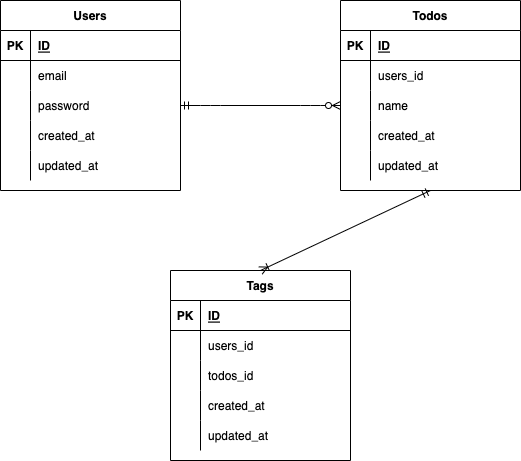
The draw.io diagram index.drawio.png in kubo-haruka/laravel_test2, before a commit. Source tidied: cells renumbered, new cells last; positions are measured from the earlier drawing's top-left corner, leaving out a move shared by most shapes. The source it was exported from:
```xml
<mxGraphModel>
  <root>
    <mxCell id="0" />
    <mxCell id="1" parent="0" />
    <mxCell id="2" value="Users" style="shape=table;startSize=30;rowLines=0;fontStyle=1;align=center;" parent="1" vertex="1">
      <mxGeometry width="180" height="190" as="geometry" />
    </mxCell>
    <mxCell id="3" style="shape=partialRectangle;fillColor=none;top=0;left=0;bottom=1;right=0;" parent="2" vertex="1">
      <mxGeometry y="30" width="180" height="30" as="geometry" />
    </mxCell>
    <mxCell id="4" value="PK" style="shape=partialRectangle;fillColor=none;top=0;left=0;bottom=0;right=0;fontStyle=1;overflow=hidden;" parent="3" vertex="1">
      <mxGeometry width="30" height="30" as="geometry" />
    </mxCell>
    <mxCell id="5" value="ID" style="shape=partialRectangle;fillColor=none;top=0;left=0;bottom=0;right=0;align=left;spacingLeft=6;fontStyle=5;overflow=hidden;" parent="3" vertex="1">
      <mxGeometry x="30" width="150" height="30" as="geometry" />
    </mxCell>
    <mxCell id="6" style="shape=partialRectangle;fillColor=none;top=0;left=0;bottom=0;right=0;" parent="2" vertex="1">
      <mxGeometry y="60" width="180" height="30" as="geometry" />
    </mxCell>
    <mxCell id="7" style="shape=partialRectangle;fillColor=none;top=0;left=0;bottom=0;right=0;overflow=hidden;" parent="6" vertex="1">
      <mxGeometry width="30" height="30" as="geometry" />
    </mxCell>
    <mxCell id="8" value="email" style="shape=partialRectangle;fillColor=none;top=0;left=0;bottom=0;right=0;align=left;spacingLeft=6;overflow=hidden;" parent="6" vertex="1">
      <mxGeometry x="30" width="150" height="30" as="geometry" />
    </mxCell>
    <mxCell id="9" style="shape=partialRectangle;fillColor=none;top=0;left=0;bottom=0;right=0;points=[[0,0.5],[1,0.5]];portConstraint=eastwest;" parent="2" vertex="1">
      <mxGeometry y="90" width="180" height="30" as="geometry" />
    </mxCell>
    <mxCell id="10" style="shape=partialRectangle;fillColor=none;top=0;left=0;bottom=0;right=0;overflow=hidden;" parent="9" vertex="1">
      <mxGeometry width="30" height="30" as="geometry" />
    </mxCell>
    <mxCell id="11" value="password" style="shape=partialRectangle;fillColor=none;top=0;left=0;bottom=0;right=0;align=left;spacingLeft=6;overflow=hidden;" parent="9" vertex="1">
      <mxGeometry x="30" width="150" height="30" as="geometry" />
    </mxCell>
    <mxCell id="12" style="shape=partialRectangle;fillColor=none;top=0;left=0;bottom=0;right=0;" parent="2" vertex="1">
      <mxGeometry y="120" width="180" height="30" as="geometry" />
    </mxCell>
    <mxCell id="13" style="shape=partialRectangle;fillColor=none;top=0;left=0;bottom=0;right=0;overflow=hidden;" parent="12" vertex="1">
      <mxGeometry width="30" height="30" as="geometry" />
    </mxCell>
    <mxCell id="14" value="created_at" style="shape=partialRectangle;fillColor=none;top=0;left=0;bottom=0;right=0;align=left;spacingLeft=6;overflow=hidden;" parent="12" vertex="1">
      <mxGeometry x="30" width="150" height="30" as="geometry" />
    </mxCell>
    <mxCell id="15" style="shape=partialRectangle;fillColor=none;top=0;left=0;bottom=0;right=0;" parent="2" vertex="1">
      <mxGeometry y="150" width="180" height="30" as="geometry" />
    </mxCell>
    <mxCell id="16" style="shape=partialRectangle;fillColor=none;top=0;left=0;bottom=0;right=0;overflow=hidden;" parent="15" vertex="1">
      <mxGeometry width="30" height="30" as="geometry" />
    </mxCell>
    <mxCell id="17" value="updated_at" style="shape=partialRectangle;fillColor=none;top=0;left=0;bottom=0;right=0;align=left;spacingLeft=6;overflow=hidden;" parent="15" vertex="1">
      <mxGeometry x="30" width="150" height="30" as="geometry" />
    </mxCell>
    <mxCell id="18" value="Todos" style="shape=table;startSize=30;rowLines=0;fontStyle=1;align=center;" parent="1" vertex="1">
      <mxGeometry x="340" width="180" height="190" as="geometry" />
    </mxCell>
    <mxCell id="19" style="shape=partialRectangle;fillColor=none;top=0;left=0;bottom=1;right=0;" parent="18" vertex="1">
      <mxGeometry y="30" width="180" height="30" as="geometry" />
    </mxCell>
    <mxCell id="20" value="PK" style="shape=partialRectangle;fillColor=none;top=0;left=0;bottom=0;right=0;fontStyle=1;overflow=hidden;" parent="19" vertex="1">
      <mxGeometry width="30" height="30" as="geometry" />
    </mxCell>
    <mxCell id="21" value="ID" style="shape=partialRectangle;fillColor=none;top=0;left=0;bottom=0;right=0;align=left;spacingLeft=6;fontStyle=5;overflow=hidden;" parent="19" vertex="1">
      <mxGeometry x="30" width="150" height="30" as="geometry" />
    </mxCell>
    <mxCell id="22" style="shape=partialRectangle;fillColor=none;top=0;left=0;bottom=0;right=0;" parent="18" vertex="1">
      <mxGeometry y="60" width="180" height="30" as="geometry" />
    </mxCell>
    <mxCell id="23" style="shape=partialRectangle;fillColor=none;top=0;left=0;bottom=0;right=0;overflow=hidden;" parent="22" vertex="1">
      <mxGeometry width="30" height="30" as="geometry" />
    </mxCell>
    <mxCell id="24" value="users_id" style="shape=partialRectangle;fillColor=none;top=0;left=0;bottom=0;right=0;align=left;spacingLeft=6;overflow=hidden;" parent="22" vertex="1">
      <mxGeometry x="30" width="150" height="30" as="geometry" />
    </mxCell>
    <mxCell id="25" style="shape=partialRectangle;fillColor=none;top=0;left=0;bottom=0;right=0;points=[[0,0.5],[1,0.5]];portConstraint=eastwest;" parent="18" vertex="1">
      <mxGeometry y="90" width="180" height="30" as="geometry" />
    </mxCell>
    <mxCell id="26" style="shape=partialRectangle;fillColor=none;top=0;left=0;bottom=0;right=0;overflow=hidden;" parent="25" vertex="1">
      <mxGeometry width="30" height="30" as="geometry" />
    </mxCell>
    <mxCell id="27" value="name" style="shape=partialRectangle;fillColor=none;top=0;left=0;bottom=0;right=0;align=left;spacingLeft=6;overflow=hidden;" parent="25" vertex="1">
      <mxGeometry x="30" width="150" height="30" as="geometry" />
    </mxCell>
    <mxCell id="28" style="shape=partialRectangle;fillColor=none;top=0;left=0;bottom=0;right=0;" parent="18" vertex="1">
      <mxGeometry y="120" width="180" height="30" as="geometry" />
    </mxCell>
    <mxCell id="29" style="shape=partialRectangle;fillColor=none;top=0;left=0;bottom=0;right=0;overflow=hidden;" parent="28" vertex="1">
      <mxGeometry width="30" height="30" as="geometry" />
    </mxCell>
    <mxCell id="30" value="created_at" style="shape=partialRectangle;fillColor=none;top=0;left=0;bottom=0;right=0;align=left;spacingLeft=6;overflow=hidden;" parent="28" vertex="1">
      <mxGeometry x="30" width="150" height="30" as="geometry" />
    </mxCell>
    <mxCell id="31" style="shape=partialRectangle;fillColor=none;top=0;left=0;bottom=0;right=0;" parent="18" vertex="1">
      <mxGeometry y="150" width="180" height="30" as="geometry" />
    </mxCell>
    <mxCell id="32" style="shape=partialRectangle;fillColor=none;top=0;left=0;bottom=0;right=0;overflow=hidden;" parent="31" vertex="1">
      <mxGeometry width="30" height="30" as="geometry" />
    </mxCell>
    <mxCell id="33" value="updated_at" style="shape=partialRectangle;fillColor=none;top=0;left=0;bottom=0;right=0;align=left;spacingLeft=6;overflow=hidden;" parent="31" vertex="1">
      <mxGeometry x="30" width="150" height="30" as="geometry" />
    </mxCell>
    <mxCell id="34" value="Tags" style="shape=table;startSize=30;rowLines=0;fontStyle=1;align=center;" parent="1" vertex="1">
      <mxGeometry x="170" y="270" width="180" height="190" as="geometry" />
    </mxCell>
    <mxCell id="35" style="shape=partialRectangle;fillColor=none;top=0;left=0;bottom=1;right=0;" parent="34" vertex="1">
      <mxGeometry y="30" width="180" height="30" as="geometry" />
    </mxCell>
    <mxCell id="36" value="PK" style="shape=partialRectangle;fillColor=none;top=0;left=0;bottom=0;right=0;fontStyle=1;overflow=hidden;" parent="35" vertex="1">
      <mxGeometry width="30" height="30" as="geometry" />
    </mxCell>
    <mxCell id="37" value="ID" style="shape=partialRectangle;fillColor=none;top=0;left=0;bottom=0;right=0;align=left;spacingLeft=6;fontStyle=5;overflow=hidden;" parent="35" vertex="1">
      <mxGeometry x="30" width="150" height="30" as="geometry" />
    </mxCell>
    <mxCell id="38" style="shape=partialRectangle;fillColor=none;top=0;left=0;bottom=0;right=0;" parent="34" vertex="1">
      <mxGeometry y="60" width="180" height="30" as="geometry" />
    </mxCell>
    <mxCell id="39" style="shape=partialRectangle;fillColor=none;top=0;left=0;bottom=0;right=0;overflow=hidden;" parent="38" vertex="1">
      <mxGeometry width="30" height="30" as="geometry" />
    </mxCell>
    <mxCell id="40" value="users_id" style="shape=partialRectangle;fillColor=none;top=0;left=0;bottom=0;right=0;align=left;spacingLeft=6;overflow=hidden;" parent="38" vertex="1">
      <mxGeometry x="30" width="150" height="30" as="geometry" />
    </mxCell>
    <mxCell id="41" style="shape=partialRectangle;fillColor=none;top=0;left=0;bottom=0;right=0;" parent="34" vertex="1">
      <mxGeometry y="90" width="180" height="30" as="geometry" />
    </mxCell>
    <mxCell id="42" style="shape=partialRectangle;fillColor=none;top=0;left=0;bottom=0;right=0;overflow=hidden;" parent="41" vertex="1">
      <mxGeometry width="30" height="30" as="geometry" />
    </mxCell>
    <mxCell id="43" value="todos_id" style="shape=partialRectangle;fillColor=none;top=0;left=0;bottom=0;right=0;align=left;spacingLeft=6;overflow=hidden;" parent="41" vertex="1">
      <mxGeometry x="30" width="150" height="30" as="geometry" />
    </mxCell>
    <mxCell id="44" style="shape=partialRectangle;fillColor=none;top=0;left=0;bottom=0;right=0;" parent="34" vertex="1">
      <mxGeometry y="120" width="180" height="30" as="geometry" />
    </mxCell>
    <mxCell id="45" style="shape=partialRectangle;fillColor=none;top=0;left=0;bottom=0;right=0;overflow=hidden;" parent="44" vertex="1">
      <mxGeometry width="30" height="30" as="geometry" />
    </mxCell>
    <mxCell id="46" value="created_at" style="shape=partialRectangle;fillColor=none;top=0;left=0;bottom=0;right=0;align=left;spacingLeft=6;overflow=hidden;" parent="44" vertex="1">
      <mxGeometry x="30" width="150" height="30" as="geometry" />
    </mxCell>
    <mxCell id="47" style="shape=partialRectangle;fillColor=none;top=0;left=0;bottom=0;right=0;" parent="34" vertex="1">
      <mxGeometry y="150" width="180" height="30" as="geometry" />
    </mxCell>
    <mxCell id="48" style="shape=partialRectangle;fillColor=none;top=0;left=0;bottom=0;right=0;overflow=hidden;" parent="47" vertex="1">
      <mxGeometry width="30" height="30" as="geometry" />
    </mxCell>
    <mxCell id="49" value="updated_at" style="shape=partialRectangle;fillColor=none;top=0;left=0;bottom=0;right=0;align=left;spacingLeft=6;overflow=hidden;" parent="47" vertex="1">
      <mxGeometry x="30" width="150" height="30" as="geometry" />
    </mxCell>
    <mxCell id="50" style="edgeStyle=entityRelationEdgeStyle;fontSize=12;html=1;endArrow=ERzeroToMany;startArrow=ERmandOne;exitX=1;exitY=0.5;exitDx=0;exitDy=0;entryX=0;entryY=0.5;entryDx=0;entryDy=0;" parent="1" edge="1" source="9" target="25">
      <mxGeometry relative="1" as="geometry" />
    </mxCell>
    <mxCell id="51" style="fontSize=12;html=1;endArrow=ERoneToMany;startArrow=ERmandOne;exitX=0.5;exitY=1;exitDx=0;exitDy=0;entryX=0.5;entryY=0;entryDx=0;entryDy=0;" parent="1" edge="1" source="18" target="34">
      <mxGeometry relative="1" as="geometry" />
    </mxCell>
  </root>
</mxGraphModel>
```
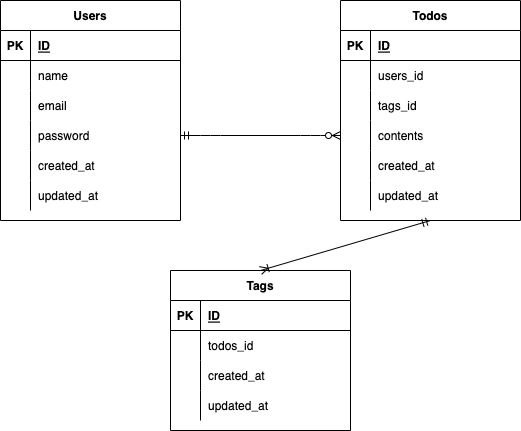
The same diagram one commit later.

Change to the diagram source:
```diff
@@ -3,7 +3,7 @@
     <mxCell id="0" />
     <mxCell id="1" parent="0" />
     <mxCell id="2" value="Users" style="shape=table;startSize=30;rowLines=0;fontStyle=1;align=center;" parent="1" vertex="1">
-      <mxGeometry width="180" height="190" as="geometry" />
+      <mxGeometry width="180" height="220" as="geometry" />
     </mxCell>
     <mxCell id="3" style="shape=partialRectangle;fillColor=none;top=0;left=0;bottom=1;right=0;" parent="2" vertex="1">
       <mxGeometry y="30" width="180" height="30" as="geometry" />
@@ -14,8 +14,17 @@
     <mxCell id="5" value="ID" style="shape=partialRectangle;fillColor=none;top=0;left=0;bottom=0;right=0;align=left;spacingLeft=6;fontStyle=5;overflow=hidden;" parent="3" vertex="1">
       <mxGeometry x="30" width="150" height="30" as="geometry" />
     </mxCell>
+    <mxCell id="38" style="shape=partialRectangle;fillColor=none;top=0;left=0;bottom=0;right=0;" parent="2" vertex="1">
+      <mxGeometry y="60" width="180" height="30" as="geometry" />
+    </mxCell>
+    <mxCell id="52" style="shape=partialRectangle;fillColor=none;top=0;left=0;bottom=0;right=0;overflow=hidden;" parent="38" vertex="1">
+      <mxGeometry width="30" height="30" as="geometry" />
+    </mxCell>
+    <mxCell id="53" value="name" style="shape=partialRectangle;fillColor=none;top=0;left=0;bottom=0;right=0;align=left;spacingLeft=6;overflow=hidden;" parent="38" vertex="1">
+      <mxGeometry x="30" width="150" height="30" as="geometry" />
+    </mxCell>
     <mxCell id="6" style="shape=partialRectangle;fillColor=none;top=0;left=0;bottom=0;right=0;" parent="2" vertex="1">
-      <mxGeometry y="60" width="180" height="30" as="geometry" />
+      <mxGeometry y="90" width="180" height="30" as="geometry" />
     </mxCell>
     <mxCell id="7" style="shape=partialRectangle;fillColor=none;top=0;left=0;bottom=0;right=0;overflow=hidden;" parent="6" vertex="1">
       <mxGeometry width="30" height="30" as="geometry" />
@@ -24,7 +33,7 @@
       <mxGeometry x="30" width="150" height="30" as="geometry" />
     </mxCell>
     <mxCell id="9" style="shape=partialRectangle;fillColor=none;top=0;left=0;bottom=0;right=0;points=[[0,0.5],[1,0.5]];portConstraint=eastwest;" parent="2" vertex="1">
-      <mxGeometry y="90" width="180" height="30" as="geometry" />
+      <mxGeometry y="120" width="180" height="30" as="geometry" />
     </mxCell>
     <mxCell id="10" style="shape=partialRectangle;fillColor=none;top=0;left=0;bottom=0;right=0;overflow=hidden;" parent="9" vertex="1">
       <mxGeometry width="30" height="30" as="geometry" />
@@ -33,7 +42,7 @@
       <mxGeometry x="30" width="150" height="30" as="geometry" />
     </mxCell>
     <mxCell id="12" style="shape=partialRectangle;fillColor=none;top=0;left=0;bottom=0;right=0;" parent="2" vertex="1">
-      <mxGeometry y="120" width="180" height="30" as="geometry" />
+      <mxGeometry y="150" width="180" height="30" as="geometry" />
     </mxCell>
     <mxCell id="13" style="shape=partialRectangle;fillColor=none;top=0;left=0;bottom=0;right=0;overflow=hidden;" parent="12" vertex="1">
       <mxGeometry width="30" height="30" as="geometry" />
@@ -42,7 +51,7 @@
       <mxGeometry x="30" width="150" height="30" as="geometry" />
     </mxCell>
     <mxCell id="15" style="shape=partialRectangle;fillColor=none;top=0;left=0;bottom=0;right=0;" parent="2" vertex="1">
-      <mxGeometry y="150" width="180" height="30" as="geometry" />
+      <mxGeometry y="180" width="180" height="30" as="geometry" />
     </mxCell>
     <mxCell id="16" style="shape=partialRectangle;fillColor=none;top=0;left=0;bottom=0;right=0;overflow=hidden;" parent="15" vertex="1">
       <mxGeometry width="30" height="30" as="geometry" />
@@ -51,7 +60,7 @@
       <mxGeometry x="30" width="150" height="30" as="geometry" />
     </mxCell>
     <mxCell id="18" value="Todos" style="shape=table;startSize=30;rowLines=0;fontStyle=1;align=center;" parent="1" vertex="1">
-      <mxGeometry x="340" width="180" height="190" as="geometry" />
+      <mxGeometry x="340" width="180" height="220" as="geometry" />
     </mxCell>
     <mxCell id="19" style="shape=partialRectangle;fillColor=none;top=0;left=0;bottom=1;right=0;" parent="18" vertex="1">
       <mxGeometry y="30" width="180" height="30" as="geometry" />
@@ -71,17 +80,26 @@
     <mxCell id="24" value="users_id" style="shape=partialRectangle;fillColor=none;top=0;left=0;bottom=0;right=0;align=left;spacingLeft=6;overflow=hidden;" parent="22" vertex="1">
       <mxGeometry x="30" width="150" height="30" as="geometry" />
     </mxCell>
+    <mxCell id="54" style="shape=partialRectangle;fillColor=none;top=0;left=0;bottom=0;right=0;" parent="18" vertex="1">
+      <mxGeometry y="90" width="180" height="30" as="geometry" />
+    </mxCell>
+    <mxCell id="55" style="shape=partialRectangle;fillColor=none;top=0;left=0;bottom=0;right=0;overflow=hidden;" parent="54" vertex="1">
+      <mxGeometry width="30" height="30" as="geometry" />
+    </mxCell>
+    <mxCell id="56" value="tags_id" style="shape=partialRectangle;fillColor=none;top=0;left=0;bottom=0;right=0;align=left;spacingLeft=6;overflow=hidden;" parent="54" vertex="1">
+      <mxGeometry x="30" width="150" height="30" as="geometry" />
+    </mxCell>
     <mxCell id="25" style="shape=partialRectangle;fillColor=none;top=0;left=0;bottom=0;right=0;points=[[0,0.5],[1,0.5]];portConstraint=eastwest;" parent="18" vertex="1">
-      <mxGeometry y="90" width="180" height="30" as="geometry" />
+      <mxGeometry y="120" width="180" height="30" as="geometry" />
     </mxCell>
     <mxCell id="26" style="shape=partialRectangle;fillColor=none;top=0;left=0;bottom=0;right=0;overflow=hidden;" parent="25" vertex="1">
       <mxGeometry width="30" height="30" as="geometry" />
     </mxCell>
-    <mxCell id="27" value="name" style="shape=partialRectangle;fillColor=none;top=0;left=0;bottom=0;right=0;align=left;spacingLeft=6;overflow=hidden;" parent="25" vertex="1">
+    <mxCell id="27" value="contents" style="shape=partialRectangle;fillColor=none;top=0;left=0;bottom=0;right=0;align=left;spacingLeft=6;overflow=hidden;" parent="25" vertex="1">
       <mxGeometry x="30" width="150" height="30" as="geometry" />
     </mxCell>
     <mxCell id="28" style="shape=partialRectangle;fillColor=none;top=0;left=0;bottom=0;right=0;" parent="18" vertex="1">
-      <mxGeometry y="120" width="180" height="30" as="geometry" />
+      <mxGeometry y="150" width="180" height="30" as="geometry" />
     </mxCell>
     <mxCell id="29" style="shape=partialRectangle;fillColor=none;top=0;left=0;bottom=0;right=0;overflow=hidden;" parent="28" vertex="1">
       <mxGeometry width="30" height="30" as="geometry" />
@@ -90,7 +108,7 @@
       <mxGeometry x="30" width="150" height="30" as="geometry" />
     </mxCell>
     <mxCell id="31" style="shape=partialRectangle;fillColor=none;top=0;left=0;bottom=0;right=0;" parent="18" vertex="1">
-      <mxGeometry y="150" width="180" height="30" as="geometry" />
+      <mxGeometry y="180" width="180" height="30" as="geometry" />
     </mxCell>
     <mxCell id="32" style="shape=partialRectangle;fillColor=none;top=0;left=0;bottom=0;right=0;overflow=hidden;" parent="31" vertex="1">
       <mxGeometry width="30" height="30" as="geometry" />
@@ -99,7 +117,7 @@
       <mxGeometry x="30" width="150" height="30" as="geometry" />
     </mxCell>
     <mxCell id="34" value="Tags" style="shape=table;startSize=30;rowLines=0;fontStyle=1;align=center;" parent="1" vertex="1">
-      <mxGeometry x="170" y="270" width="180" height="190" as="geometry" />
+      <mxGeometry x="170" y="270" width="180" height="160" as="geometry" />
     </mxCell>
     <mxCell id="35" style="shape=partialRectangle;fillColor=none;top=0;left=0;bottom=1;right=0;" parent="34" vertex="1">
       <mxGeometry y="30" width="180" height="30" as="geometry" />
@@ -110,17 +128,8 @@
     <mxCell id="37" value="ID" style="shape=partialRectangle;fillColor=none;top=0;left=0;bottom=0;right=0;align=left;spacingLeft=6;fontStyle=5;overflow=hidden;" parent="35" vertex="1">
       <mxGeometry x="30" width="150" height="30" as="geometry" />
     </mxCell>
-    <mxCell id="38" style="shape=partialRectangle;fillColor=none;top=0;left=0;bottom=0;right=0;" parent="34" vertex="1">
-      <mxGeometry y="60" width="180" height="30" as="geometry" />
-    </mxCell>
-    <mxCell id="39" style="shape=partialRectangle;fillColor=none;top=0;left=0;bottom=0;right=0;overflow=hidden;" parent="38" vertex="1">
-      <mxGeometry width="30" height="30" as="geometry" />
-    </mxCell>
-    <mxCell id="40" value="users_id" style="shape=partialRectangle;fillColor=none;top=0;left=0;bottom=0;right=0;align=left;spacingLeft=6;overflow=hidden;" parent="38" vertex="1">
-      <mxGeometry x="30" width="150" height="30" as="geometry" />
-    </mxCell>
     <mxCell id="41" style="shape=partialRectangle;fillColor=none;top=0;left=0;bottom=0;right=0;" parent="34" vertex="1">
-      <mxGeometry y="90" width="180" height="30" as="geometry" />
+      <mxGeometry y="60" width="180" height="30" as="geometry" />
     </mxCell>
     <mxCell id="42" style="shape=partialRectangle;fillColor=none;top=0;left=0;bottom=0;right=0;overflow=hidden;" parent="41" vertex="1">
       <mxGeometry width="30" height="30" as="geometry" />
@@ -129,7 +138,7 @@
       <mxGeometry x="30" width="150" height="30" as="geometry" />
     </mxCell>
     <mxCell id="44" style="shape=partialRectangle;fillColor=none;top=0;left=0;bottom=0;right=0;" parent="34" vertex="1">
-      <mxGeometry y="120" width="180" height="30" as="geometry" />
+      <mxGeometry y="90" width="180" height="30" as="geometry" />
     </mxCell>
     <mxCell id="45" style="shape=partialRectangle;fillColor=none;top=0;left=0;bottom=0;right=0;overflow=hidden;" parent="44" vertex="1">
       <mxGeometry width="30" height="30" as="geometry" />
@@ -138,7 +147,7 @@
       <mxGeometry x="30" width="150" height="30" as="geometry" />
     </mxCell>
     <mxCell id="47" style="shape=partialRectangle;fillColor=none;top=0;left=0;bottom=0;right=0;" parent="34" vertex="1">
-      <mxGeometry y="150" width="180" height="30" as="geometry" />
+      <mxGeometry y="120" width="180" height="30" as="geometry" />
     </mxCell>
     <mxCell id="48" style="shape=partialRectangle;fillColor=none;top=0;left=0;bottom=0;right=0;overflow=hidden;" parent="47" vertex="1">
       <mxGeometry width="30" height="30" as="geometry" />
```
